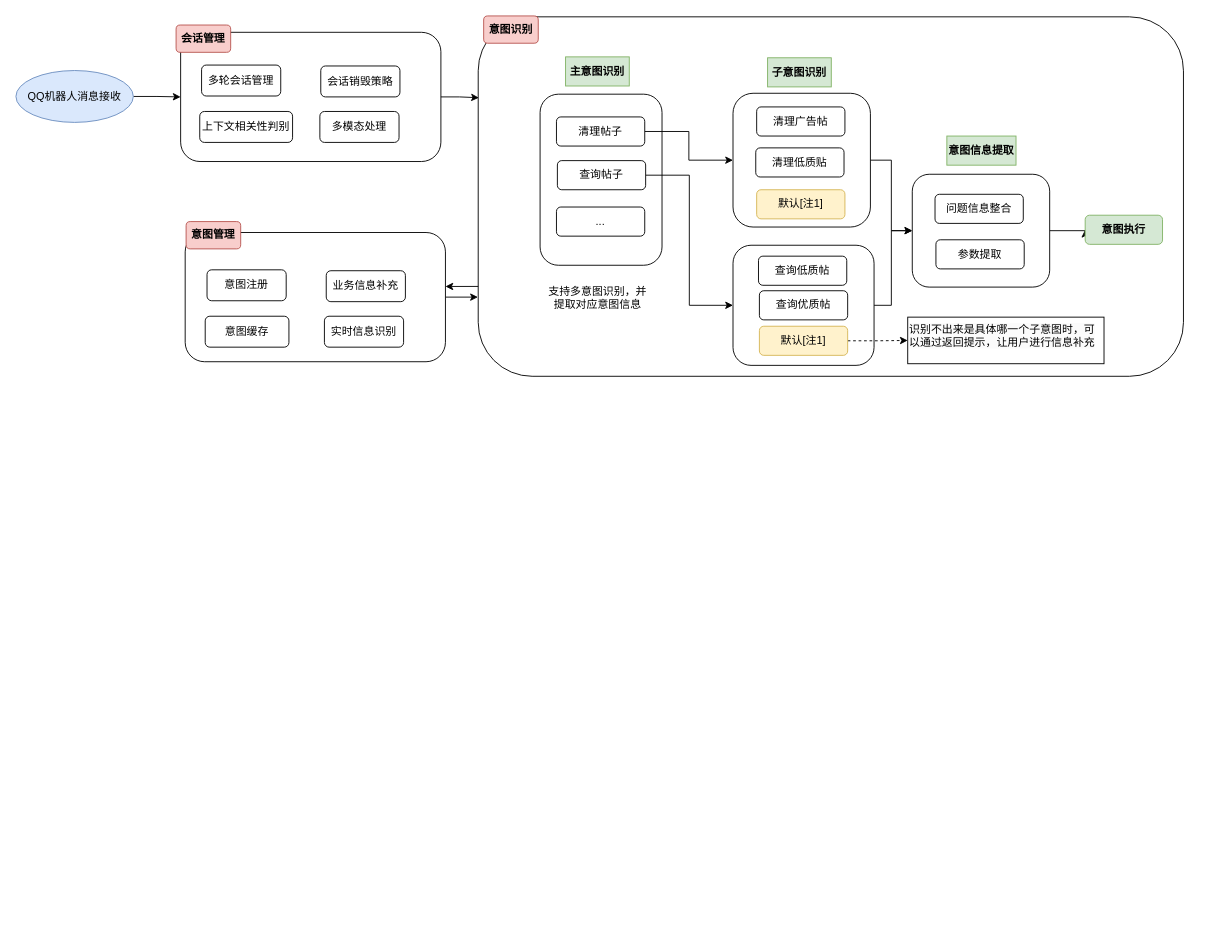
The draw.io diagram diagrams/意图识别.drawio in neoalvin/draw.io, before the edit. Source tidied: cells renumbered, new cells numbered last; positions are measured from the earlier drawing's top-left corner, leaving out a move shared by most shapes. Both pictures are drawn from the tidied source at 91%, with x=0, y=0 at pixel (15, 15).
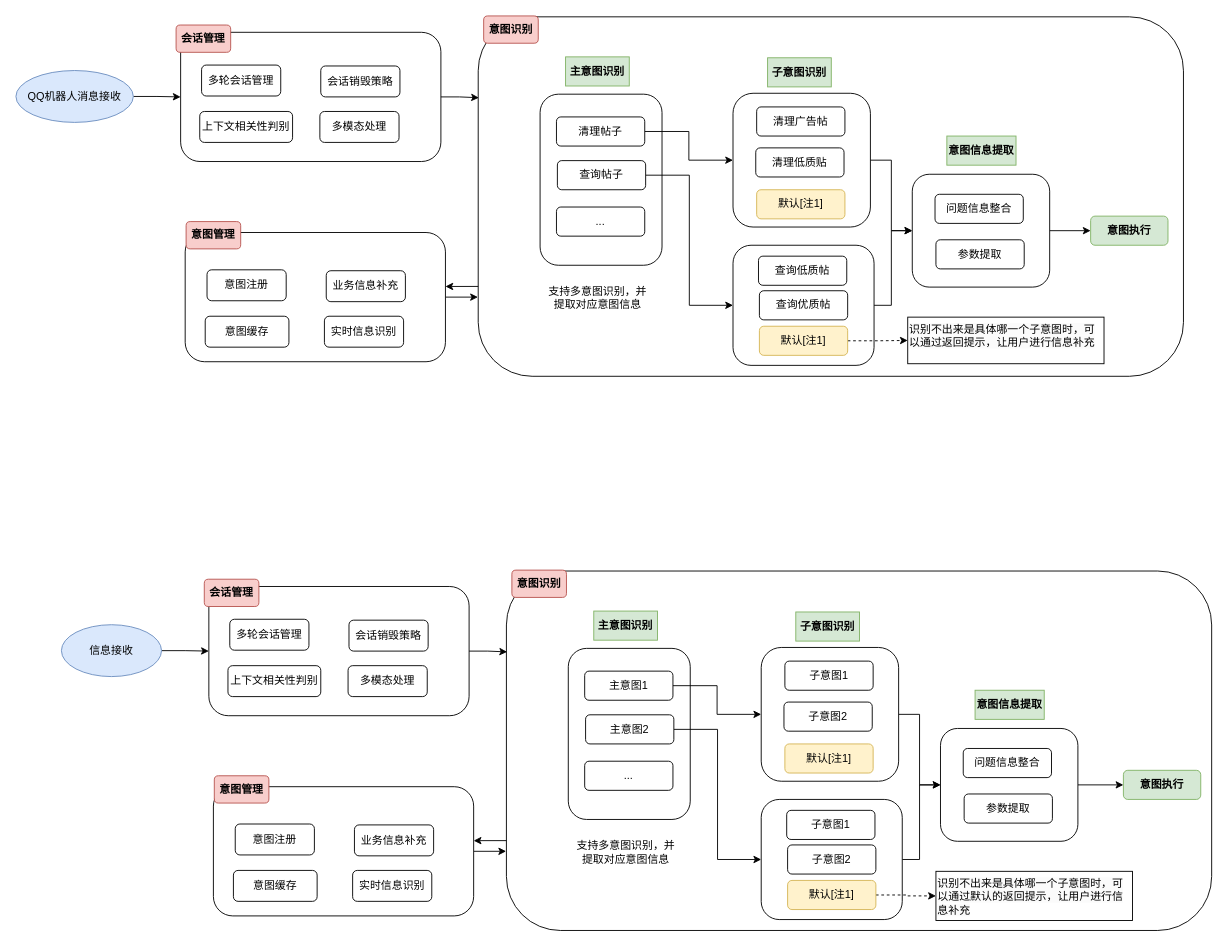
The same page after the edit.

Commit message:
更新意图识别.drawio

The edit, as a diff of the source:
```diff
@@
     <mxCell id="37" value="&lt;b&gt;意图执行&lt;/b&gt;" style="rounded=1;whiteSpace=wrap;html=1;fillColor=#d5e8d4;strokeColor=#82b366;" parent="1" vertex="1">
-      <mxGeometry x="1175" y="219" width="85" height="32" as="geometry" />
+      <mxGeometry x="1181" y="220" width="85" height="32" as="geometry" />
     </mxCell>
@@
+    <mxCell id="48" style="rounded=1;whiteSpace=wrap;html=1;" parent="1" vertex="1">
+      <mxGeometry x="539" y="610" width="775" height="395" as="geometry" />
+    </mxCell>
+    <mxCell id="49" style="rounded=1;whiteSpace=wrap;html=1;" parent="1" vertex="1">
+      <mxGeometry x="607" y="695" width="134" height="188" as="geometry" />
+    </mxCell>
+    <mxCell id="50" style="edgeStyle=orthogonalEdgeStyle;rounded=0;jettySize=auto;html=1;exitX=1;exitY=0.5;exitDx=0;exitDy=0;entryX=0;entryY=0.5;entryDx=0;entryDy=0;" parent="1" edge="1" source="51" target="72">
+      <mxGeometry relative="1" as="geometry" />
+    </mxCell>
+    <mxCell id="51" value="信息接收" style="ellipse;whiteSpace=wrap;html=1;fillColor=#dae8fc;strokeColor=#6c8ebf;" parent="1" vertex="1">
+      <mxGeometry x="50" y="669" width="110" height="57" as="geometry" />
+    </mxCell>
+    <mxCell id="52" style="edgeStyle=orthogonalEdgeStyle;rounded=0;jettySize=auto;html=1;exitX=1;exitY=0.5;exitDx=0;exitDy=0;entryX=0;entryY=0.5;entryDx=0;entryDy=0;" parent="1" edge="1" source="53" target="59">
+      <mxGeometry relative="1" as="geometry" />
+    </mxCell>
+    <mxCell id="53" value="主意图1" style="rounded=1;whiteSpace=wrap;html=1;glass=0;shadow=0;" parent="1" vertex="1">
+      <mxGeometry x="625" y="720" width="97" height="32" as="geometry" />
+    </mxCell>
+    <mxCell id="54" value="&lt;b&gt;主意图识别&lt;/b&gt;" style="text;html=1;align=center;verticalAlign=middle;whiteSpace=wrap;rounded=0;fillColor=#d5e8d4;strokeColor=#82b366;" parent="1" vertex="1">
+      <mxGeometry x="635" y="654" width="70" height="32" as="geometry" />
+    </mxCell>
+    <mxCell id="55" style="edgeStyle=orthogonalEdgeStyle;rounded=0;jettySize=auto;html=1;exitX=1;exitY=0.5;exitDx=0;exitDy=0;entryX=0;entryY=0.5;entryDx=0;entryDy=0;" parent="1" edge="1" source="56" target="66">
+      <mxGeometry relative="1" as="geometry" />
+    </mxCell>
+    <mxCell id="56" value="主意图2" style="rounded=1;whiteSpace=wrap;html=1;" parent="1" vertex="1">
+      <mxGeometry x="626" y="768" width="97" height="32" as="geometry" />
+    </mxCell>
+    <mxCell id="57" value="..." style="rounded=1;whiteSpace=wrap;html=1;" parent="1" vertex="1">
+      <mxGeometry x="625" y="819" width="97" height="32" as="geometry" />
+    </mxCell>
+    <mxCell id="58" style="edgeStyle=orthogonalEdgeStyle;rounded=0;jettySize=auto;html=1;exitX=1;exitY=0.5;exitDx=0;exitDy=0;entryX=0;entryY=0.5;entryDx=0;entryDy=0;" parent="1" edge="1" source="59" target="79">
+      <mxGeometry relative="1" as="geometry" />
+    </mxCell>
+    <mxCell id="59" style="rounded=1;whiteSpace=wrap;html=1;" parent="1" vertex="1">
+      <mxGeometry x="819" y="694" width="151" height="147" as="geometry" />
+    </mxCell>
+    <mxCell id="60" value="&lt;b&gt;子意图识别&lt;/b&gt;" style="text;html=1;align=center;verticalAlign=middle;whiteSpace=wrap;rounded=0;fillColor=#d5e8d4;strokeColor=#82b366;" parent="1" vertex="1">
+      <mxGeometry x="857" y="655" width="70" height="32" as="geometry" />
+    </mxCell>
+    <mxCell id="61" value="子意图1" style="rounded=1;whiteSpace=wrap;html=1;" parent="1" vertex="1">
+      <mxGeometry x="845" y="709" width="97" height="32" as="geometry" />
+    </mxCell>
+    <mxCell id="62" value="子意图2" style="rounded=1;whiteSpace=wrap;html=1;" parent="1" vertex="1">
+      <mxGeometry x="844" y="754" width="97" height="32" as="geometry" />
+    </mxCell>
+    <mxCell id="63" value="默认[注1]" style="rounded=1;whiteSpace=wrap;html=1;fillColor=#fff2cc;strokeColor=#d6b656;" parent="1" vertex="1">
+      <mxGeometry x="845" y="800" width="97" height="32" as="geometry" />
+    </mxCell>
+    <mxCell id="64" value="支持多意图识别，并提取对应意图信息" style="text;html=1;align=center;verticalAlign=middle;whiteSpace=wrap;rounded=0;" parent="1" vertex="1">
+      <mxGeometry x="611" y="904" width="119" height="30" as="geometry" />
+    </mxCell>
+    <mxCell id="65" style="edgeStyle=orthogonalEdgeStyle;rounded=0;jettySize=auto;html=1;exitX=1;exitY=0.5;exitDx=0;exitDy=0;entryX=0;entryY=0.5;entryDx=0;entryDy=0;" parent="1" edge="1" source="66" target="79">
+      <mxGeometry relative="1" as="geometry">
+        <Array as="points">
+          <mxPoint x="993" y="927" />
+          <mxPoint x="993" y="845" />
+        </Array>
+      </mxGeometry>
+    </mxCell>
+    <mxCell id="66" style="rounded=1;whiteSpace=wrap;html=1;" parent="1" vertex="1">
+      <mxGeometry x="819" y="861" width="155" height="132" as="geometry" />
+    </mxCell>
+    <mxCell id="67" value="子意图1" style="rounded=1;whiteSpace=wrap;html=1;" parent="1" vertex="1">
+      <mxGeometry x="847" y="873" width="97" height="32" as="geometry" />
+    </mxCell>
+    <mxCell id="68" value="子意图2" style="rounded=1;whiteSpace=wrap;html=1;" parent="1" vertex="1">
+      <mxGeometry x="848" y="911" width="97" height="32" as="geometry" />
+    </mxCell>
+    <mxCell id="69" style="edgeStyle=orthogonalEdgeStyle;rounded=0;jettySize=auto;html=1;exitX=1;exitY=0.5;exitDx=0;exitDy=0;entryX=0;entryY=0.5;entryDx=0;entryDy=0;dashed=1;" parent="1" edge="1" source="70" target="84">
+      <mxGeometry relative="1" as="geometry" />
+    </mxCell>
+    <mxCell id="70" value="默认[注1]" style="rounded=1;whiteSpace=wrap;html=1;fillColor=#fff2cc;strokeColor=#d6b656;" parent="1" vertex="1">
+      <mxGeometry x="848" y="950" width="97" height="32" as="geometry" />
+    </mxCell>
+    <mxCell id="71" value="&lt;b&gt;意图识别&lt;/b&gt;" style="text;html=1;align=center;verticalAlign=middle;whiteSpace=wrap;rounded=1;fillColor=#f8cecc;strokeColor=#b85450;" parent="1" vertex="1">
+      <mxGeometry x="545" y="609" width="60" height="30" as="geometry" />
+    </mxCell>
+    <mxCell id="72" style="rounded=1;whiteSpace=wrap;html=1;" parent="1" vertex="1">
+      <mxGeometry x="212" y="627" width="286" height="142" as="geometry" />
+    </mxCell>
+    <mxCell id="73" value="&lt;b&gt;会话管理&lt;/b&gt;" style="text;html=1;align=center;verticalAlign=middle;whiteSpace=wrap;rounded=1;fillColor=#f8cecc;strokeColor=#b85450;" parent="1" vertex="1">
+      <mxGeometry x="207" y="619" width="60" height="30" as="geometry" />
+    </mxCell>
+    <mxCell id="74" value="多轮会话管理" style="rounded=1;whiteSpace=wrap;html=1;" parent="1" vertex="1">
+      <mxGeometry x="235" y="663" width="87" height="34" as="geometry" />
+    </mxCell>
+    <mxCell id="75" value="上下文相关性判别" style="rounded=1;whiteSpace=wrap;html=1;" parent="1" vertex="1">
+      <mxGeometry x="233" y="714" width="102" height="34" as="geometry" />
+    </mxCell>
+    <mxCell id="76" value="会话销毁策略" style="rounded=1;whiteSpace=wrap;html=1;" parent="1" vertex="1">
+      <mxGeometry x="366" y="664" width="87" height="34" as="geometry" />
+    </mxCell>
+    <mxCell id="77" value="多模态处理" style="rounded=1;whiteSpace=wrap;html=1;" parent="1" vertex="1">
+      <mxGeometry x="365" y="714" width="87" height="34" as="geometry" />
+    </mxCell>
+    <mxCell id="78" style="edgeStyle=orthogonalEdgeStyle;rounded=0;jettySize=auto;html=1;exitX=1;exitY=0.5;exitDx=0;exitDy=0;entryX=0;entryY=0.5;entryDx=0;entryDy=0;" parent="1" edge="1" source="79" target="83">
+      <mxGeometry relative="1" as="geometry" />
+    </mxCell>
+    <mxCell id="79" style="rounded=1;whiteSpace=wrap;html=1;" parent="1" vertex="1">
+      <mxGeometry x="1016" y="783" width="151" height="124" as="geometry" />
+    </mxCell>
+    <mxCell id="80" value="&lt;b&gt;意图信息提取&lt;/b&gt;" style="text;html=1;align=center;verticalAlign=middle;whiteSpace=wrap;rounded=0;fillColor=#d5e8d4;strokeColor=#82b366;" parent="1" vertex="1">
+      <mxGeometry x="1054" y="741" width="76" height="32" as="geometry" />
+    </mxCell>
+    <mxCell id="81" value="问题信息整合" style="rounded=1;whiteSpace=wrap;html=1;" parent="1" vertex="1">
+      <mxGeometry x="1041" y="805" width="97" height="32" as="geometry" />
+    </mxCell>
+    <mxCell id="82" value="参数提取" style="rounded=1;whiteSpace=wrap;html=1;" parent="1" vertex="1">
+      <mxGeometry x="1042" y="855" width="97" height="32" as="geometry" />
+    </mxCell>
+    <mxCell id="83" value="&lt;b&gt;意图执行&lt;/b&gt;" style="rounded=1;whiteSpace=wrap;html=1;fillColor=#d5e8d4;strokeColor=#82b366;" parent="1" vertex="1">
+      <mxGeometry x="1217" y="829" width="85" height="32" as="geometry" />
+    </mxCell>
+    <mxCell id="84" value="&lt;span style=&quot;color: rgb(0, 0, 0); font-family: Helvetica; font-size: 12px; font-style: normal; font-variant-ligatures: normal; font-variant-caps: normal; font-weight: 400; letter-spacing: normal; orphans: 2; text-align: left; text-indent: 0px; text-transform: none; widows: 2; word-spacing: 0px; -webkit-text-stroke-width: 0px; white-space: normal; background-color: rgb(251, 251, 251); text-decoration-thickness: initial; text-decoration-style: initial; text-decoration-color: initial; display: inline !important; float: none;&quot;&gt;识别不出来是具体哪一个子意图时，可以通过默认的返回提示，让用户进行信息补充&lt;/span&gt;" style="text;whiteSpace=wrap;html=1;rounded=0;strokeColor=default;" parent="1" vertex="1">
+      <mxGeometry x="1011" y="940" width="216" height="54" as="geometry" />
+    </mxCell>
+    <mxCell id="85" style="edgeStyle=orthogonalEdgeStyle;rounded=0;jettySize=auto;html=1;exitX=1;exitY=0.5;exitDx=0;exitDy=0;" parent="1" edge="1" source="86">
+      <mxGeometry relative="1" as="geometry">
+        <mxPoint x="538.7" y="918.3" as="targetPoint" />
+      </mxGeometry>
+    </mxCell>
+    <mxCell id="86" style="rounded=1;whiteSpace=wrap;html=1;" parent="1" vertex="1">
+      <mxGeometry x="217" y="847" width="286" height="142" as="geometry" />
+    </mxCell>
+    <mxCell id="87" value="&lt;b&gt;意图管理&lt;/b&gt;" style="text;html=1;align=center;verticalAlign=middle;whiteSpace=wrap;rounded=1;fillColor=#f8cecc;strokeColor=#b85450;" parent="1" vertex="1">
+      <mxGeometry x="218" y="835" width="60" height="30" as="geometry" />
+    </mxCell>
+    <mxCell id="88" value="意图注册" style="rounded=1;whiteSpace=wrap;html=1;" parent="1" vertex="1">
+      <mxGeometry x="241" y="888" width="87" height="34" as="geometry" />
+    </mxCell>
+    <mxCell id="89" value="意图缓存" style="rounded=1;whiteSpace=wrap;html=1;" parent="1" vertex="1">
+      <mxGeometry x="239" y="939" width="92" height="34" as="geometry" />
+    </mxCell>
+    <mxCell id="90" value="业务信息补充" style="rounded=1;whiteSpace=wrap;html=1;" parent="1" vertex="1">
+      <mxGeometry x="372" y="889" width="87" height="34" as="geometry" />
+    </mxCell>
+    <mxCell id="91" style="edgeStyle=orthogonalEdgeStyle;rounded=0;jettySize=auto;html=1;exitX=1;exitY=0.5;exitDx=0;exitDy=0;entryX=0.001;entryY=0.225;entryDx=0;entryDy=0;entryPerimeter=0;" parent="1" edge="1" source="72" target="48">
+      <mxGeometry relative="1" as="geometry" />
+    </mxCell>
+    <mxCell id="92" style="edgeStyle=orthogonalEdgeStyle;rounded=0;jettySize=auto;html=1;exitX=0;exitY=0.75;exitDx=0;exitDy=0;entryX=1;entryY=0.416;entryDx=0;entryDy=0;entryPerimeter=0;" parent="1" edge="1" source="48" target="86">
+      <mxGeometry relative="1" as="geometry" />
+    </mxCell>
+    <mxCell id="93" value="实时信息识别" style="rounded=1;whiteSpace=wrap;html=1;" parent="1" vertex="1">
+      <mxGeometry x="370" y="939" width="87" height="34" as="geometry" />
+    </mxCell>
```
